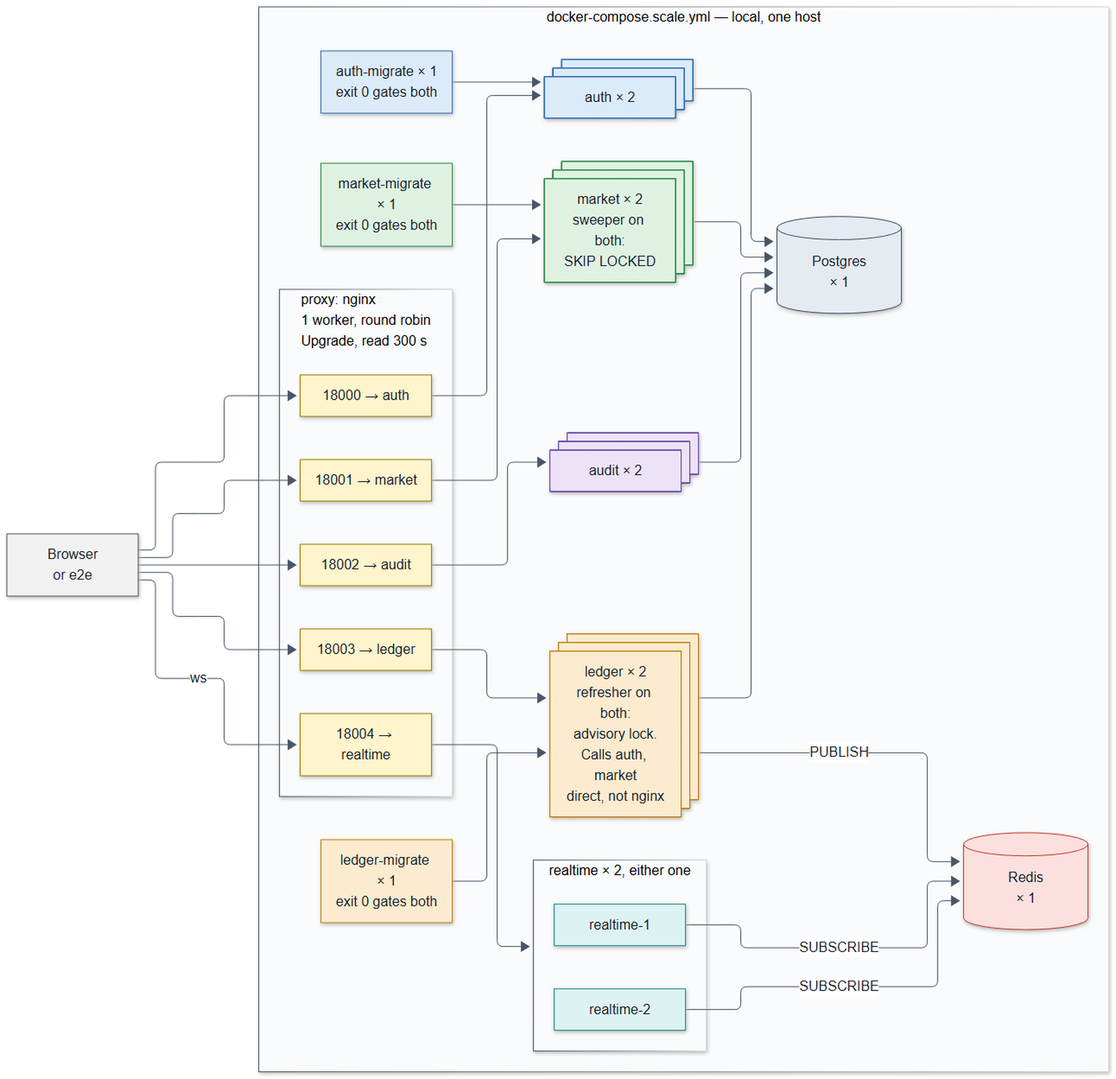
This is docs/diagrams/rendered/10-horizontal-scaling.png from decker757/CS464, a Mermaid export, as it was before one commit. Its source is kept beside it as docs/diagrams/10-horizontal-scaling.mmd.
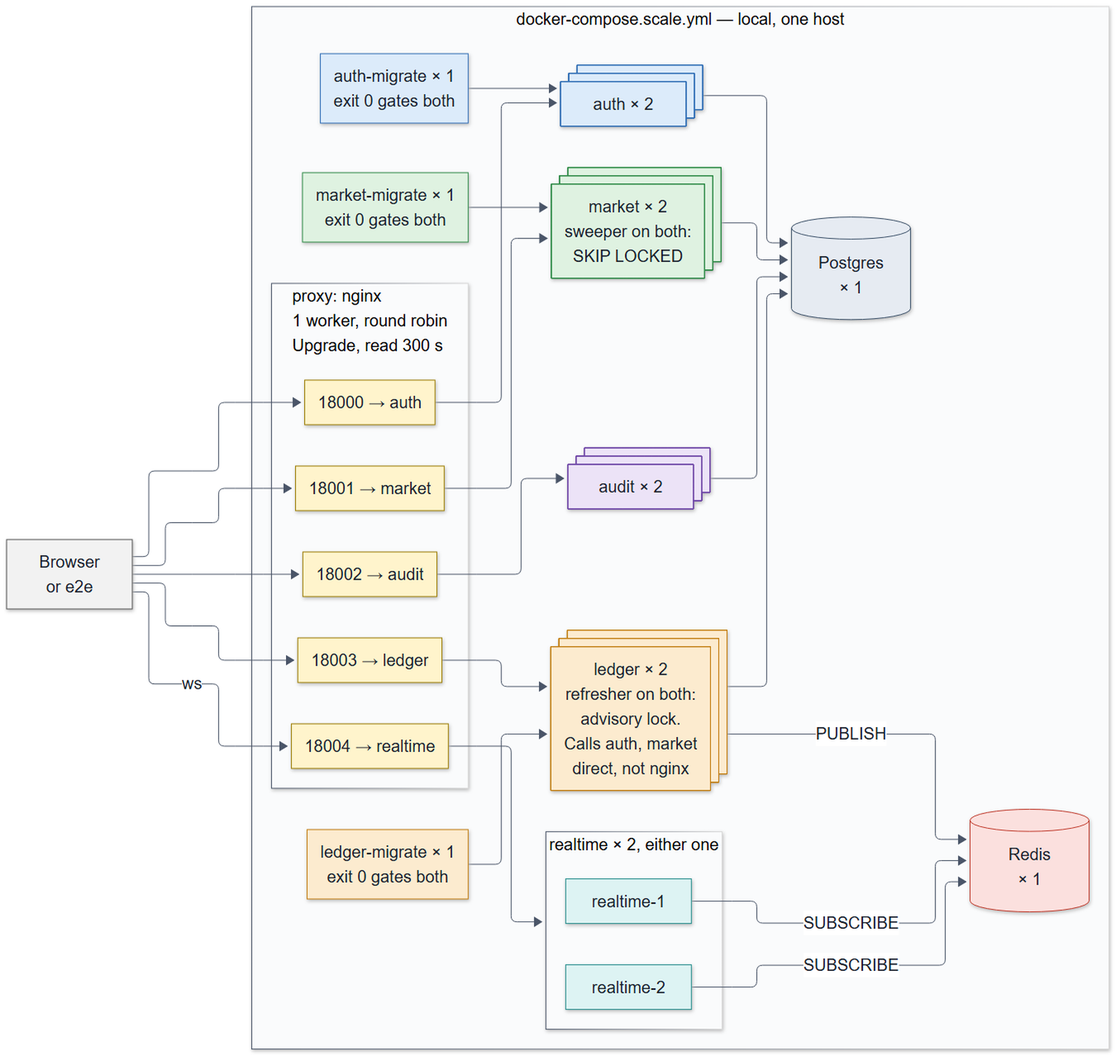
The same diagram one commit later.

The edit, as a diff of the source:
```diff
@@ -1,4 +1,4 @@
-%%{init: {"elk": {"forceNodeModelOrder": true}}}%%
+%%{init: {"elk": {"forceNodeModelOrder": true, "lineHops": false}, "flowchart": {"wrappingWidth": 200}, "themeVariables": {"fontSize": "20px"}}}%%
 flowchart LR
     client["Browser<br/>or e2e"]
 
```
